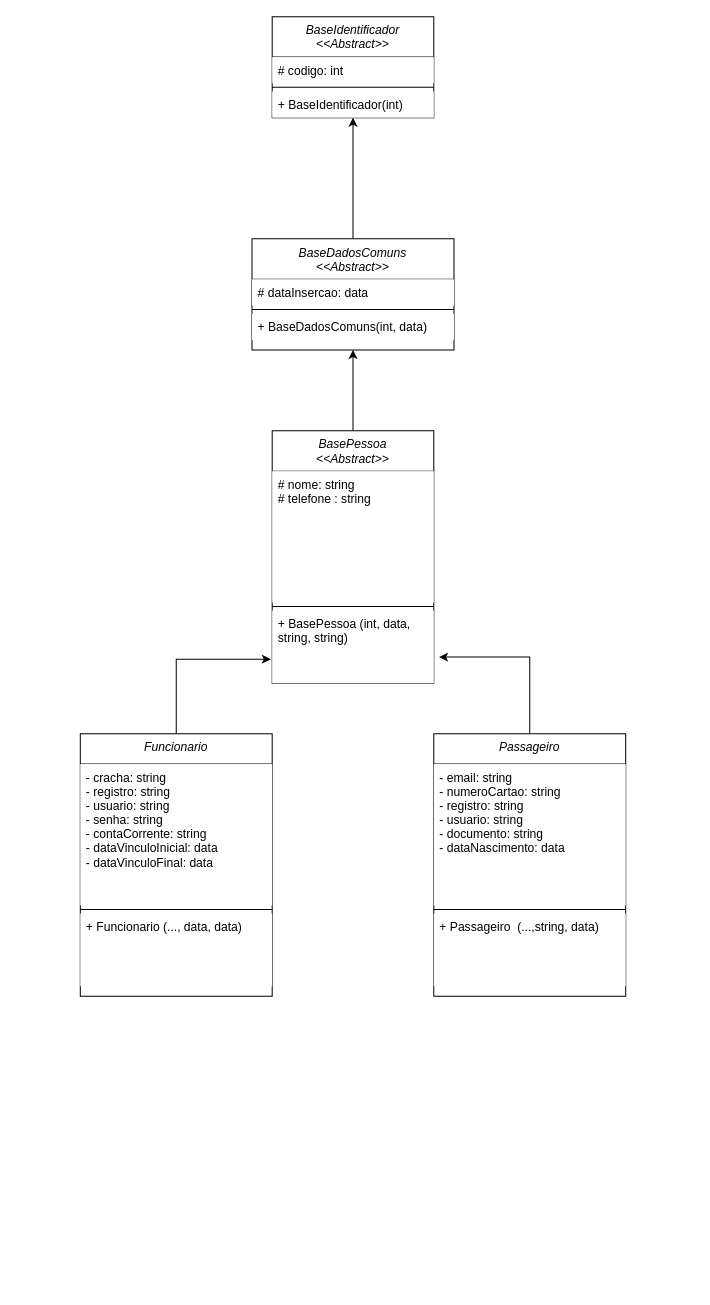
Earlier version of the draw.io diagram DIAGRAMA ATIVIDADE 04.drawio (LipeCoelho21/atividade-04). Source tidied: cells renumbered, new cells numbered last; positions are measured from the earlier drawing's top-left corner, leaving out a move shared by most shapes. Both pictures are drawn from the tidied source at 101%, with x=0, y=0 at pixel (80, 16).
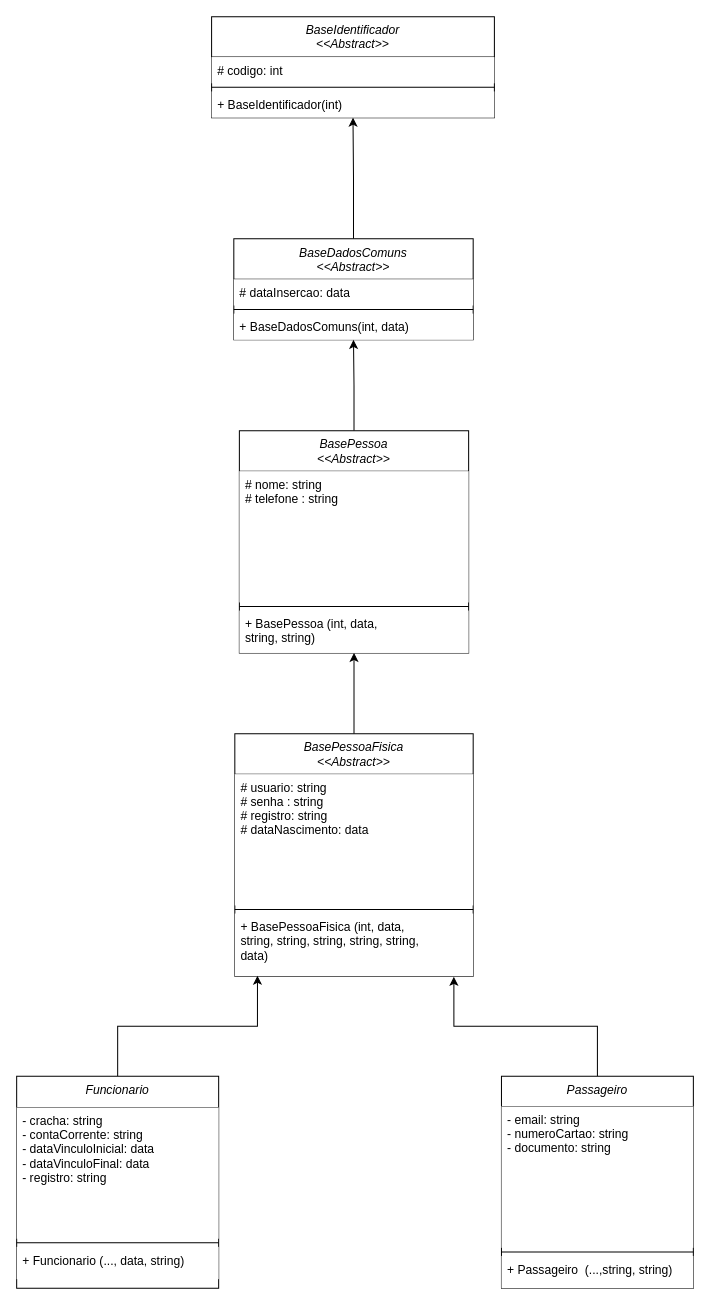
The same page after the edit.

Diff of the diagram source:
```diff
@@
     <mxCell id="2" value="BaseIdentificador&#10;&lt;&lt;Abstract&gt;&gt;" style="swimlane;fontStyle=2;align=center;verticalAlign=top;horizontal=1;startSize=40;rounded=0;shadow=0;strokeWidth=1;fillColor=default;strokeColor=default;fillStyle=solid;" parent="1" vertex="1">
-      <mxGeometry x="190" width="160" height="100" as="geometry" />
+      <mxGeometry x="130" width="280" height="100" as="geometry" />
     </mxCell>
     <mxCell id="3" value="# codigo: int" style="text;align=left;verticalAlign=top;spacingLeft=4;spacingRight=4;overflow=hidden;fillColor=default;strokeColor=none;fillStyle=solid;" parent="2" vertex="1">
-      <mxGeometry y="40" width="160" height="26" as="geometry" />
+      <mxGeometry y="40" width="280" height="26" as="geometry" />
     </mxCell>
     <mxCell id="4" style="line;html=1;strokeWidth=1;align=left;verticalAlign=middle;spacingTop=-1;spacingLeft=3;spacingRight=3;labelPosition=right;fillColor=default;strokeColor=default;fillStyle=solid;" parent="2" vertex="1">
-      <mxGeometry y="66" width="160" height="8" as="geometry" />
+      <mxGeometry y="66" width="280" height="8" as="geometry" />
     </mxCell>
     <mxCell id="5" value="+ BaseIdentificador(int)" style="text;align=left;verticalAlign=top;spacingLeft=4;spacingRight=4;overflow=hidden;fillColor=default;strokeColor=none;fillStyle=solid;" parent="2" vertex="1">
-      <mxGeometry y="74" width="160" height="26" as="geometry" />
+      <mxGeometry y="74" width="280" height="26" as="geometry" />
     </mxCell>
@@
     <mxCell id="7" value="BaseDadosComuns&#10;&lt;&lt;Abstract&gt;&gt;" style="swimlane;fontStyle=2;align=center;verticalAlign=top;horizontal=1;startSize=40;rounded=0;shadow=0;strokeWidth=1;fillColor=default;strokeColor=default;swimlaneLine=1;perimeterSpacing=0;" parent="1" vertex="1">
-      <mxGeometry x="170" y="220" width="200" height="110" as="geometry" />
+      <mxGeometry x="152" y="220" width="237" height="100" as="geometry" />
     </mxCell>
     <mxCell id="8" value="# dataInsercao: data&#10;" style="text;align=left;verticalAlign=top;spacingLeft=4;spacingRight=4;overflow=hidden;fillColor=default;strokeColor=none;" parent="7" vertex="1">
-      <mxGeometry y="40" width="200" height="26" as="geometry" />
+      <mxGeometry y="40" width="237" height="26" as="geometry" />
     </mxCell>
     <mxCell id="9" style="line;html=1;strokeWidth=1;align=left;verticalAlign=middle;spacingTop=-1;spacingLeft=3;spacingRight=3;labelPosition=right;fillColor=default;strokeColor=#000000;" parent="7" vertex="1">
-      <mxGeometry y="66" width="200" height="8" as="geometry" />
+      <mxGeometry y="66" width="237" height="8" as="geometry" />
     </mxCell>
     <mxCell id="10" value="+ BaseDadosComuns(int, data)" style="text;align=left;verticalAlign=top;spacingLeft=4;spacingRight=4;overflow=hidden;fillColor=default;strokeColor=none;" parent="7" vertex="1">
-      <mxGeometry y="74" width="200" height="26" as="geometry" />
+      <mxGeometry y="74" width="237" height="26" as="geometry" />
     </mxCell>
@@
     <mxCell id="12" value="BasePessoa&#10;&lt;&lt;Abstract&gt;&gt;" style="swimlane;fontStyle=2;align=center;verticalAlign=top;horizontal=1;startSize=40;rounded=0;shadow=0;strokeWidth=1;" parent="1" vertex="1">
-      <mxGeometry x="190" y="410" width="160" height="250" as="geometry" />
+      <mxGeometry x="157.5" y="410" width="227" height="220" as="geometry" />
     </mxCell>
     <mxCell id="13" value="# nome: string&#10;# telefone : string&#10;&#10;&#10;" style="text;align=left;verticalAlign=top;spacingLeft=4;spacingRight=4;overflow=hidden;fillColor=default;" parent="12" vertex="1">
-      <mxGeometry y="40" width="160" height="130" as="geometry" />
+      <mxGeometry y="40" width="227" height="130" as="geometry" />
     </mxCell>
     <mxCell id="14" style="line;html=1;strokeWidth=1;align=left;verticalAlign=middle;spacingTop=-1;spacingLeft=3;spacingRight=3;labelPosition=right;" parent="12" vertex="1">
-      <mxGeometry y="170" width="160" height="8" as="geometry" />
+      <mxGeometry y="170" width="227" height="8" as="geometry" />
     </mxCell>
     <mxCell id="15" value="+ BasePessoa (int, data, &#10;string, string)" style="text;align=left;verticalAlign=top;spacingLeft=4;spacingRight=4;overflow=hidden;points=[[0,0.5],[1,0.5]];portConstraint=eastwest;fillColor=default;" parent="12" vertex="1">
-      <mxGeometry y="178" width="160" height="72" as="geometry" />
+      <mxGeometry y="178" width="227" height="42" as="geometry" />
     </mxCell>
-    <mxCell id="16" style="edgeStyle=orthogonalEdgeStyle;rounded=0;jettySize=auto;html=1;exitX=0.5;exitY=0;exitDx=0;exitDy=0;entryX=-0.008;entryY=0.669;entryDx=0;entryDy=0;entryPerimeter=0;" parent="1" edge="1" source="17" target="15">
-      <mxGeometry relative="1" as="geometry" />
-    </mxCell>
-    <mxCell id="17" value="Funcionario" style="swimlane;fontStyle=2;align=center;verticalAlign=top;horizontal=1;startSize=30;rounded=0;shadow=0;strokeWidth=1;" parent="1" vertex="1">
-      <mxGeometry y="710" width="190" height="260" as="geometry" />
-    </mxCell>
-    <mxCell id="18" value="- cracha: string&#10;- registro: string&#10;- usuario: string&#10;- senha: string&#10;- contaCorrente: string&#10;- dataVinculoInicial: data&#10;- dataVinculoFinal: data&#10;" style="text;align=left;verticalAlign=top;spacingLeft=4;spacingRight=4;overflow=hidden;fillColor=default;" parent="17" vertex="1">
-      <mxGeometry y="30" width="190" height="140" as="geometry" />
-    </mxCell>
-    <mxCell id="19" style="line;html=1;strokeWidth=1;align=left;verticalAlign=middle;spacingTop=-1;spacingLeft=3;spacingRight=3;labelPosition=right;" parent="17" vertex="1">
-      <mxGeometry y="170" width="190" height="8" as="geometry" />
-    </mxCell>
-    <mxCell id="20" value="+ Funcionario (..., data, data)" style="text;align=left;verticalAlign=top;spacingLeft=4;spacingRight=4;overflow=hidden;fillColor=default;fillStyle=auto;" parent="17" vertex="1">
-      <mxGeometry y="178" width="190" height="72" as="geometry" />
-    </mxCell>
-    <mxCell id="21" style="edgeStyle=orthogonalEdgeStyle;rounded=0;jettySize=auto;html=1;entryX=1.032;entryY=0.64;entryDx=0;entryDy=0;entryPerimeter=0;" parent="1" edge="1" source="22" target="15">
-      <mxGeometry relative="1" as="geometry" />
-    </mxCell>
+    <mxCell id="26" style="edgeStyle=orthogonalEdgeStyle;rounded=0;jettySize=auto;html=1;exitX=0.5;exitY=0;exitDx=0;exitDy=0;entryX=0.919;entryY=1.01;entryDx=0;entryDy=0;entryPerimeter=0;" parent="1" edge="1" source="22" target="31">
+      <mxGeometry relative="1" as="geometry" />
+    </mxCell>
     <mxCell id="22" value="Passageiro" style="swimlane;fontStyle=2;align=center;verticalAlign=top;horizontal=1;startSize=30;rounded=0;shadow=0;strokeWidth=1;" parent="1" vertex="1">
-      <mxGeometry x="350" y="710" width="190" height="260" as="geometry" />
+      <mxGeometry x="417" y="1049" width="190" height="210" as="geometry" />
     </mxCell>
-    <mxCell id="23" value="- email: string&#10;- numeroCartao: string&#10;- registro: string&#10;- usuario: string&#10;- documento: string&#10;- dataNascimento: data&#10;" style="text;align=left;verticalAlign=top;spacingLeft=4;spacingRight=4;overflow=hidden;fillColor=default;" parent="22" vertex="1">
+    <mxCell id="23" value="- email: string&#10;- numeroCartao: string&#10;- documento: string&#10;&#10;" style="text;align=left;verticalAlign=top;spacingLeft=4;spacingRight=4;overflow=hidden;fillColor=default;" parent="22" vertex="1">
       <mxGeometry y="30" width="190" height="140" as="geometry" />
     </mxCell>
@@
-    <mxCell id="25" value="+ Passageiro  (...,string, data)" style="text;align=left;verticalAlign=top;spacingLeft=4;spacingRight=4;overflow=hidden;fillColor=default;" parent="22" vertex="1">
-      <mxGeometry y="178" width="190" height="72" as="geometry" />
+    <mxCell id="25" value="+ Passageiro  (...,string, string)" style="text;align=left;verticalAlign=top;spacingLeft=4;spacingRight=4;overflow=hidden;fillColor=default;" parent="22" vertex="1">
+      <mxGeometry y="178" width="190" height="32" as="geometry" />
     </mxCell>
+    <mxCell id="27" style="edgeStyle=orthogonalEdgeStyle;rounded=0;jettySize=auto;html=1;exitX=0.5;exitY=0;exitDx=0;exitDy=0;entryX=0.5;entryY=1;entryDx=0;entryDy=0;" parent="1" edge="1" source="28" target="12">
+      <mxGeometry relative="1" as="geometry" />
+    </mxCell>
+    <mxCell id="28" value="BasePessoaFisica&#10;&lt;&lt;Abstract&gt;&gt;" style="swimlane;fontStyle=2;align=center;verticalAlign=top;horizontal=1;startSize=40;rounded=0;shadow=0;strokeWidth=1;" parent="1" vertex="1">
+      <mxGeometry x="153" y="710" width="236" height="240" as="geometry" />
+    </mxCell>
+    <mxCell id="29" value="# usuario: string&#10;# senha : string&#10;# registro: string&#10;# dataNascimento: data&#10;" style="text;align=left;verticalAlign=top;spacingLeft=4;spacingRight=4;overflow=hidden;fillColor=default;" parent="28" vertex="1">
+      <mxGeometry y="40" width="236" height="130" as="geometry" />
+    </mxCell>
+    <mxCell id="30" style="line;html=1;strokeWidth=1;align=left;verticalAlign=middle;spacingTop=-1;spacingLeft=3;spacingRight=3;labelPosition=right;" parent="28" vertex="1">
+      <mxGeometry y="170" width="236" height="8" as="geometry" />
+    </mxCell>
+    <mxCell id="31" value="+ BasePessoaFisica (int, data, &#10;string, string, string, string, string,&#10;data)" style="text;align=left;verticalAlign=top;spacingLeft=4;spacingRight=4;overflow=hidden;points=[[0,0.5],[1,0.5]];portConstraint=eastwest;fillColor=default;" parent="28" vertex="1">
+      <mxGeometry y="178" width="236" height="62" as="geometry" />
+    </mxCell>
+    <mxCell id="32" style="edgeStyle=orthogonalEdgeStyle;rounded=0;jettySize=auto;html=1;entryX=0.095;entryY=0.993;entryDx=0;entryDy=0;entryPerimeter=0;" parent="1" edge="1" source="17" target="31">
+      <mxGeometry relative="1" as="geometry" />
+    </mxCell>
+    <mxCell id="17" value="Funcionario" style="swimlane;fontStyle=2;align=center;verticalAlign=top;horizontal=1;startSize=31;rounded=0;shadow=0;strokeWidth=1;" parent="1" vertex="1">
+      <mxGeometry x="-63" y="1049" width="200" height="210" as="geometry" />
+    </mxCell>
+    <mxCell id="33" value="- cracha: string&#10;- contaCorrente: string&#10;- dataVinculoInicial: data&#10;- dataVinculoFinal: data&#10;- registro: string" style="text;align=left;verticalAlign=top;spacingLeft=4;spacingRight=4;overflow=hidden;fillColor=default;" parent="17" vertex="1">
+      <mxGeometry y="31" width="200" height="130" as="geometry" />
+    </mxCell>
+    <mxCell id="34" style="line;html=1;strokeWidth=1;align=left;verticalAlign=middle;spacingTop=-1;spacingLeft=3;spacingRight=3;labelPosition=right;" parent="17" vertex="1">
+      <mxGeometry y="161" width="200" height="8" as="geometry" />
+    </mxCell>
+    <mxCell id="35" value="+ Funcionario (..., data, string)" style="text;align=left;verticalAlign=top;spacingLeft=4;spacingRight=4;overflow=hidden;fillColor=default;" parent="17" vertex="1">
+      <mxGeometry y="169" width="200" height="32" as="geometry" />
+    </mxCell>
```
